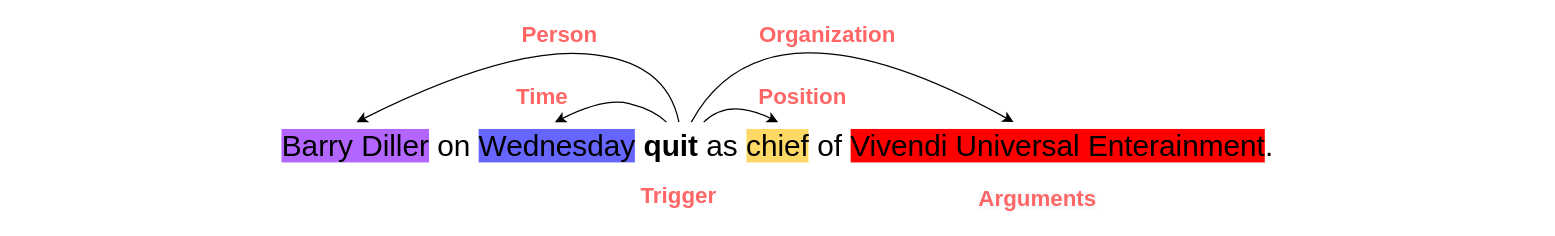
Before: event extraction instance.drawio in gitofding/first_repository, a draw.io diagram. Source tidied: cells renumbered, new cells numbered last; positions are measured from the earlier drawing's top-left corner, leaving out a move shared by most shapes. Both pictures are drawn from the tidied source at 124%, with x=0, y=0 at pixel (21, -15).
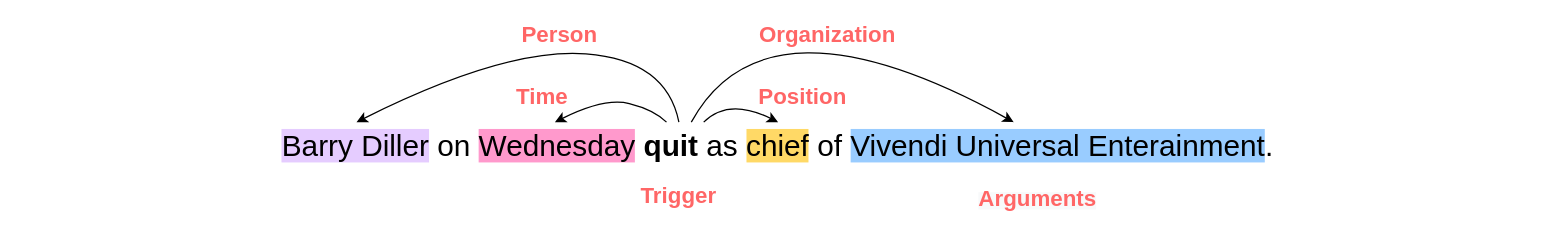
After the change.

Change to the diagram source:
```diff
@@
-    <mxCell id="2" value="&lt;font style=&quot;font-size: 24px&quot;&gt;&lt;span style=&quot;background-color: rgb(178 , 102 , 255)&quot;&gt;Barry Diller&lt;/span&gt; on &lt;span style=&quot;background-color: rgb(102 , 102 , 255)&quot;&gt;Wednesday&lt;/span&gt; &lt;b&gt;quit&lt;/b&gt; as &lt;span style=&quot;background-color: rgb(255 , 217 , 102)&quot;&gt;chief&lt;/span&gt; of &lt;span style=&quot;background-color: rgb(255 , 0 , 0)&quot;&gt;Vivendi Universal Enterainment&lt;/span&gt;.&lt;/font&gt;" style="text;html=1;strokeColor=none;fillColor=none;align=center;verticalAlign=middle;whiteSpace=wrap;rounded=0;" parent="1" vertex="1">
+    <mxCell id="2" value="&lt;font style=&quot;font-size: 24px&quot;&gt;&lt;span style=&quot;background-color: rgb(229 , 204 , 255)&quot;&gt;Barry Diller&lt;/span&gt; on &lt;span style=&quot;background-color: rgb(255 , 153 , 204)&quot;&gt;Wednesday&lt;/span&gt; &lt;b&gt;quit&lt;/b&gt; as &lt;span style=&quot;background-color: rgb(255 , 217 , 102)&quot;&gt;chief&lt;/span&gt; of &lt;span style=&quot;background-color: rgb(153 , 204 , 255)&quot;&gt;Vivendi Universal Enterainment&lt;/span&gt;.&lt;/font&gt;" style="text;html=1;strokeColor=none;fillColor=none;align=center;verticalAlign=middle;whiteSpace=wrap;rounded=0;" parent="1" vertex="1">
       <mxGeometry y="120" width="1220" height="20" as="geometry" />
     </mxCell>
```
